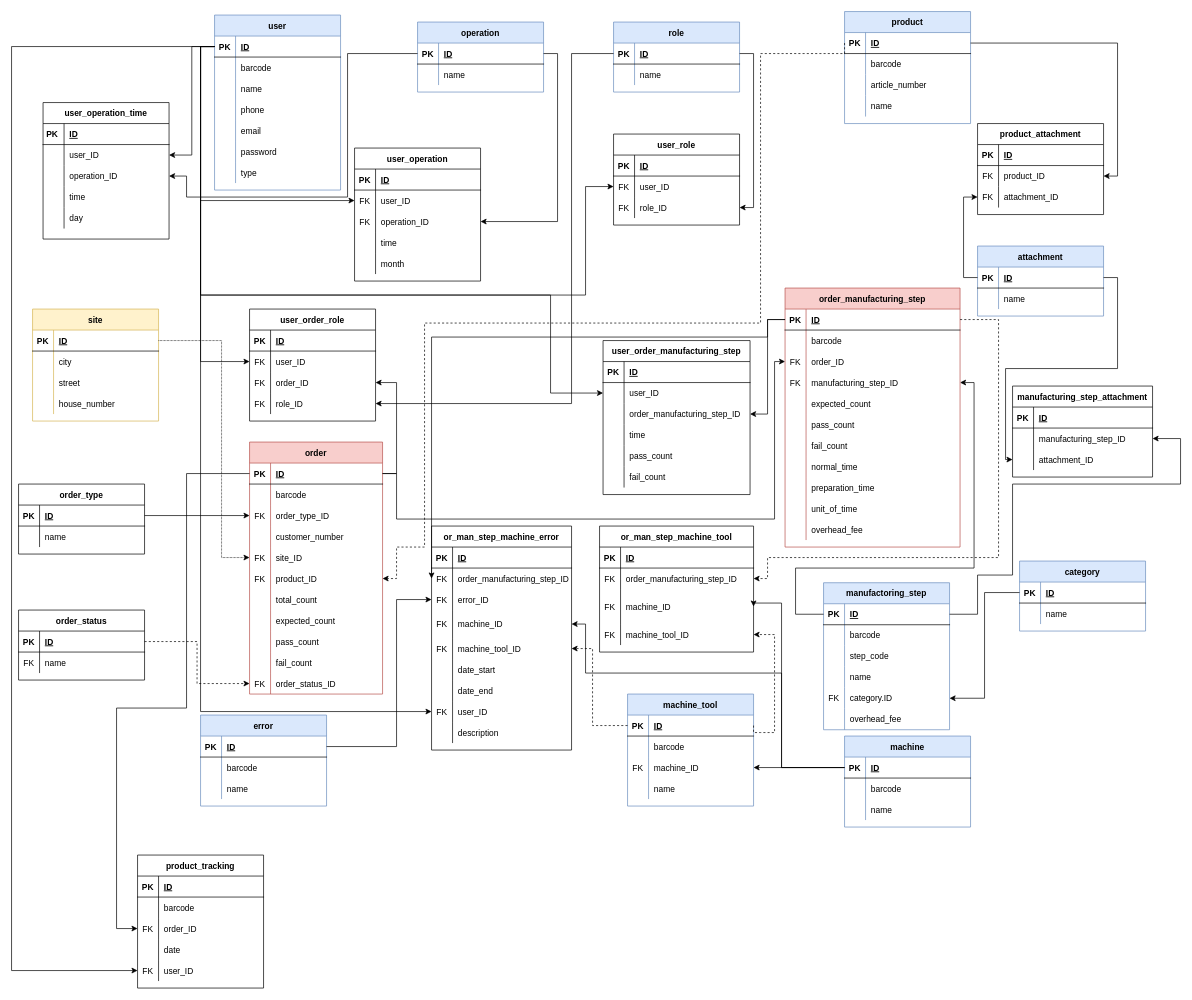
Above: DOC/diagrams/database_plan_2_0_0.drawio in KerteszZoltan/mesterminal (draw.io), before the change. Source tidied: cells renumbered, new cells numbered last; positions are measured from the earlier drawing's top-left corner, leaving out a move shared by most shapes. Both pictures are drawn from the tidied source at 70%, with x=0, y=0 at pixel (11, 11).
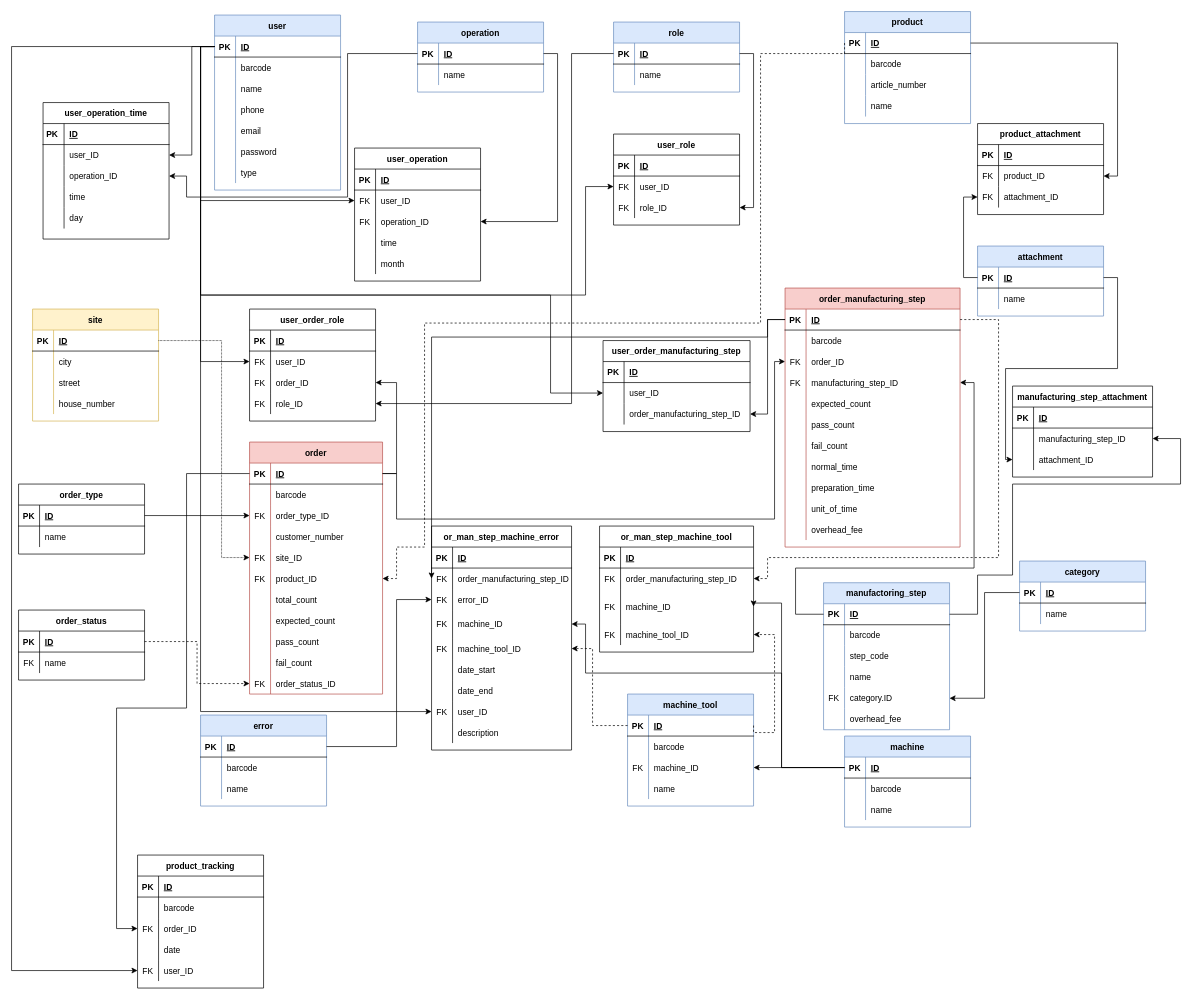
After the change.

Commit message:
we didn't use time,count property in user_order_manufacturing_time table

The edit, as a diff of the source:
```diff
@@
     <mxCell id="324" value="user_order_manufacturing_step" style="shape=table;startSize=30;childLayout=tableLayout;rowLines=0;fontStyle=1;align=center;" parent="1" vertex="1">
-      <mxGeometry x="845" y="470" width="210" height="220" as="geometry" />
+      <mxGeometry x="845" y="470" width="210" height="130" as="geometry" />
     </mxCell>
@@
-    <mxCell id="334" style="shape=partialRectangle;fillColor=none;top=0;left=0;bottom=0;right=0;" parent="324" vertex="1">
-      <mxGeometry y="120" width="210" height="30" as="geometry" />
-    </mxCell>
-    <mxCell id="335" style="shape=partialRectangle;fillColor=none;top=0;left=0;bottom=0;right=0;overflow=hidden;" parent="334" vertex="1">
-      <mxGeometry width="30" height="30" as="geometry" />
-    </mxCell>
-    <mxCell id="336" value="time" style="shape=partialRectangle;fillColor=none;top=0;left=0;bottom=0;right=0;align=left;spacingLeft=6;overflow=hidden;" parent="334" vertex="1">
-      <mxGeometry x="30" width="180" height="30" as="geometry" />
-    </mxCell>
-    <mxCell id="337" style="shape=partialRectangle;fillColor=none;top=0;left=0;bottom=0;right=0;" parent="324" vertex="1">
-      <mxGeometry y="150" width="210" height="30" as="geometry" />
-    </mxCell>
-    <mxCell id="338" style="shape=partialRectangle;fillColor=none;top=0;left=0;bottom=0;right=0;overflow=hidden;" parent="337" vertex="1">
-      <mxGeometry width="30" height="30" as="geometry" />
-    </mxCell>
-    <mxCell id="339" value="pass_count" style="shape=partialRectangle;fillColor=none;top=0;left=0;bottom=0;right=0;align=left;spacingLeft=6;overflow=hidden;" parent="337" vertex="1">
-      <mxGeometry x="30" width="180" height="30" as="geometry" />
-    </mxCell>
-    <mxCell id="340" style="shape=partialRectangle;fillColor=none;top=0;left=0;bottom=0;right=0;" parent="324" vertex="1">
-      <mxGeometry y="180" width="210" height="30" as="geometry" />
-    </mxCell>
-    <mxCell id="341" style="shape=partialRectangle;fillColor=none;top=0;left=0;bottom=0;right=0;overflow=hidden;" parent="340" vertex="1">
-      <mxGeometry width="30" height="30" as="geometry" />
-    </mxCell>
-    <mxCell id="342" value="fail_count" style="shape=partialRectangle;fillColor=none;top=0;left=0;bottom=0;right=0;align=left;spacingLeft=6;overflow=hidden;" parent="340" vertex="1">
-      <mxGeometry x="30" width="180" height="30" as="geometry" />
-    </mxCell>
```
